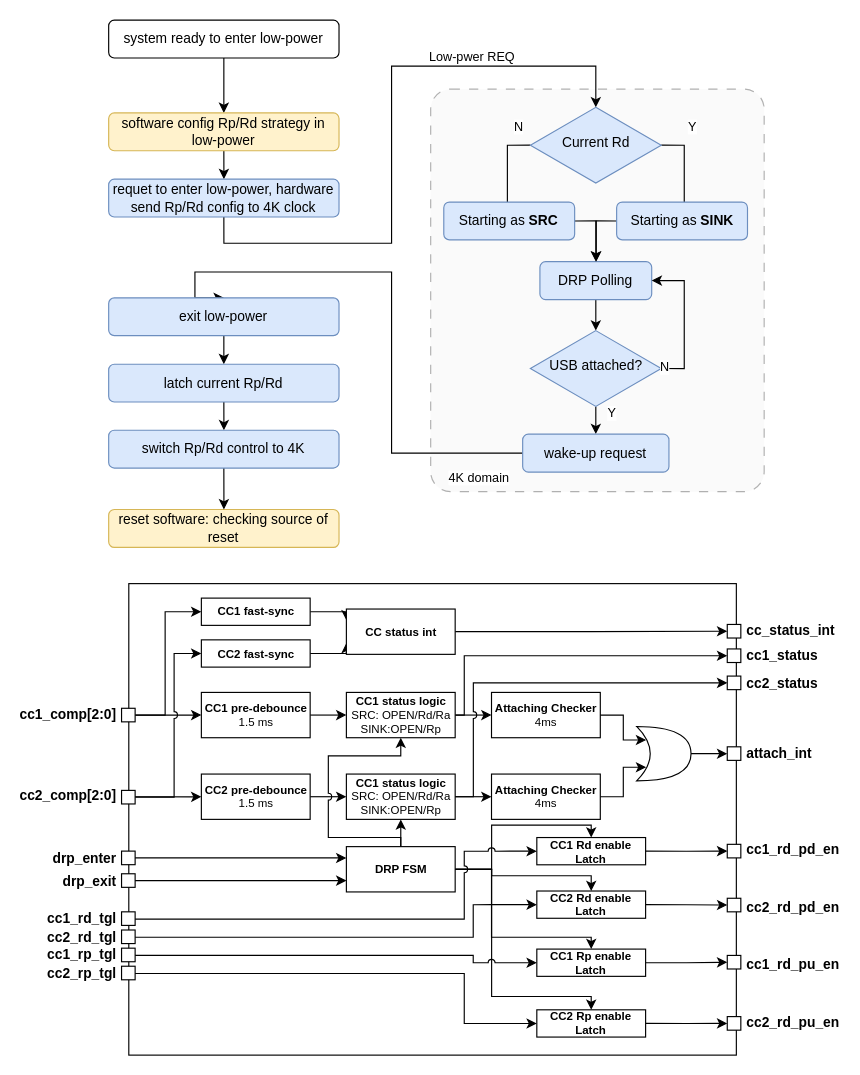
Before: pd_rp_rd_lp.drawio in Xhopo/test, a draw.io diagram. Source tidied: cells renumbered, new cells numbered last; positions are measured from the earlier drawing's top-left corner, leaving out a move shared by most shapes. Both pictures are drawn from the tidied source at 115%, with x=0, y=0 at pixel (28, 20).
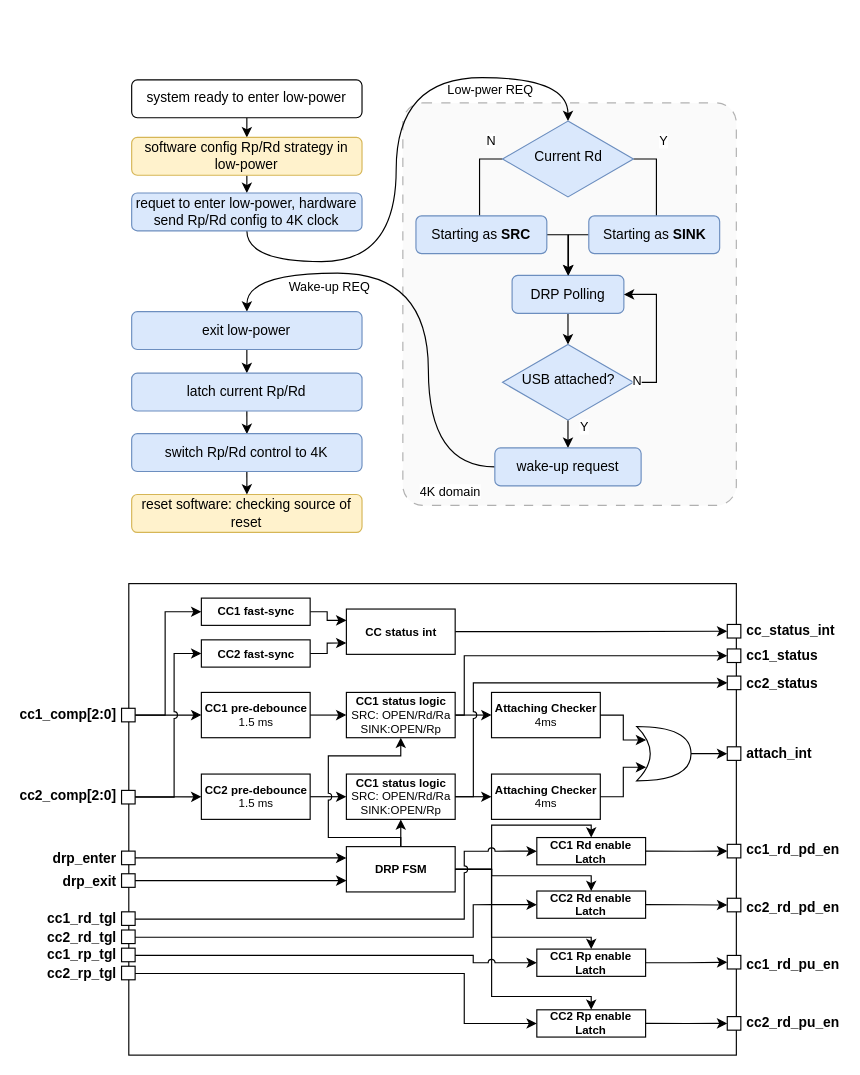
Above is the later version.

Unchanged cells that the change refers to:
```xml
<mxCell id="60" value="&lt;div&gt;&lt;b&gt;CC1&amp;nbsp;&lt;/b&gt;&lt;b style=&quot;background-color: transparent; color: light-dark(rgb(0, 0, 0), rgb(255, 255, 255));&quot;&gt;fast-sync&lt;/b&gt;&lt;/div&gt;" style="rounded=0;whiteSpace=wrap;html=1;fontSize=10;" parent="1" vertex="1">
  <mxGeometry x="150.6" y="502.6" width="94.6" height="23.7" as="geometry" />
</mxCell>
<mxCell id="62" value="&lt;div&gt;&lt;b&gt;CC2 fast-sync&lt;/b&gt;&lt;/div&gt;" style="rounded=0;whiteSpace=wrap;html=1;fontSize=10;" parent="1" vertex="1">
  <mxGeometry x="150.6" y="538.9" width="94.6" height="23.7" as="geometry" />
</mxCell>
<mxCell id="64" value="&lt;b&gt;CC status int&lt;/b&gt;" style="rounded=0;whiteSpace=wrap;html=1;fontSize=10;" parent="1" vertex="1">
  <mxGeometry x="276.7" y="512.1" width="94.6" height="39.4" as="geometry" />
</mxCell>
```

Diff of the diagram source:
```diff
@@
+    <mxCell id="105" value="&lt;span style=&quot;color: rgb(0, 0, 0); font-family: Helvetica; font-size: 11px; font-style: normal; font-variant-ligatures: normal; font-variant-caps: normal; font-weight: 400; letter-spacing: normal; orphans: 2; text-align: center; text-indent: 0px; text-transform: none; widows: 2; word-spacing: 0px; -webkit-text-stroke-width: 0px; white-space: nowrap; background-color: rgb(255, 255, 255); text-decoration-thickness: initial; text-decoration-style: initial; text-decoration-color: initial; display: inline !important; float: none;&quot;&gt;Low-pwer REQ&lt;/span&gt;" style="text;whiteSpace=wrap;html=1;" parent="1" vertex="1">
+      <mxGeometry x="363.3" y="47" width="125.2" height="24.6" as="geometry" />
+    </mxCell>
@@
     <mxCell id="59" style="edgeStyle=orthogonalEdgeStyle;rounded=0;jettySize=auto;html=1;exitX=1;exitY=0.5;exitDx=0;exitDy=0;entryX=0;entryY=0.25;entryDx=0;entryDy=0;fontSize=10;" parent="1" edge="1" source="60" target="64">
-      <mxGeometry relative="1" as="geometry" />
+      <mxGeometry relative="1" as="geometry">
+        <Array as="points">
+          <mxPoint x="260" y="514" />
+          <mxPoint x="260" y="522" />
+        </Array>
+      </mxGeometry>
     </mxCell>
@@
     <mxCell id="61" style="edgeStyle=orthogonalEdgeStyle;rounded=0;jettySize=auto;html=1;exitX=1;exitY=0.5;exitDx=0;exitDy=0;entryX=0;entryY=0.75;entryDx=0;entryDy=0;fontSize=10;" parent="1" edge="1" source="62" target="64">
-      <mxGeometry relative="1" as="geometry" />
+      <mxGeometry relative="1" as="geometry">
+        <Array as="points">
+          <mxPoint x="260" y="551" />
+          <mxPoint x="260" y="542" />
+        </Array>
+      </mxGeometry>
     </mxCell>
@@
     <mxCell id="83" style="rounded=1;whiteSpace=wrap;html=1;fontFamily=Helvetica;fontSize=11;labelBackgroundColor=default;arcSize=6;dashed=1;dashPattern=8 8;fillColor=#f5f5f5;strokeColor=#666666;fontColor=#333333;opacity=50;" parent="1" vertex="1">
-      <mxGeometry x="350" y="60" width="290" height="350" as="geometry" />
+      <mxGeometry x="325.8" y="72" width="290" height="350" as="geometry" />
     </mxCell>
-    <mxCell id="84" style="edgeStyle=orthogonalEdgeStyle;rounded=0;jettySize=auto;html=1;exitX=0.5;exitY=1;exitDx=0;exitDy=0;entryX=0.5;entryY=0;entryDx=0;entryDy=0;" parent="1" edge="1" source="111" target="98">
+    <mxCell id="84" style="edgeStyle=orthogonalEdgeStyle;rounded=0;jettySize=auto;html=1;exitX=0.5;exitY=1;exitDx=0;exitDy=0;entryX=0.5;entryY=0;entryDx=0;entryDy=0;curved=1;" parent="1" edge="1" source="111" target="98">
       <mxGeometry relative="1" as="geometry">
         <Array as="points">
-          <mxPoint x="170" y="194" />
-          <mxPoint x="316" y="194" />
-          <mxPoint x="316" y="40" />
-          <mxPoint x="494" y="40" />
+          <mxPoint x="190" y="210" />
+          <mxPoint x="320" y="210" />
+          <mxPoint x="320" y="50" />
+          <mxPoint x="469" y="50" />
         </Array>
       </mxGeometry>
     </mxCell>
@@
     <mxCell id="86" value="&lt;div&gt;DRP Polling&lt;/div&gt;" style="rounded=1;whiteSpace=wrap;html=1;fontSize=12;glass=0;strokeWidth=1;shadow=0;fillColor=#dae8fc;strokeColor=#6c8ebf;" parent="1" vertex="1">
-      <mxGeometry x="445" y="210" width="97.2" height="33" as="geometry" />
+      <mxGeometry x="420.8" y="222" width="97.2" height="33" as="geometry" />
     </mxCell>
@@
     <mxCell id="89" value="USB attached?" style="rhombus;whiteSpace=wrap;html=1;shadow=0;fontFamily=Helvetica;fontSize=12;align=center;strokeWidth=1;spacing=6;spacingTop=-4;fillColor=#dae8fc;strokeColor=#6c8ebf;" parent="1" vertex="1">
-      <mxGeometry x="436.7" y="270" width="113.8" height="65.9" as="geometry" />
+      <mxGeometry x="412.5" y="282" width="113.8" height="65.9" as="geometry" />
     </mxCell>
     <mxCell id="90" value="N" style="text;html=1;align=center;verticalAlign=middle;whiteSpace=wrap;rounded=0;fontFamily=Helvetica;fontSize=11;fontColor=default;labelBackgroundColor=default;" parent="1" vertex="1">
-      <mxGeometry x="536.8" y="290" width="34.1" height="24.7" as="geometry" />
+      <mxGeometry x="512.6" y="302" width="34.1" height="24.7" as="geometry" />
     </mxCell>
     <mxCell id="91" value="Y" style="text;html=1;align=center;verticalAlign=middle;whiteSpace=wrap;rounded=0;fontFamily=Helvetica;fontSize=11;fontColor=default;labelBackgroundColor=default;" parent="1" vertex="1">
-      <mxGeometry x="491.3" y="330" width="34.1" height="24.7" as="geometry" />
+      <mxGeometry x="467.1" y="342" width="34.1" height="24.7" as="geometry" />
     </mxCell>
-    <mxCell id="92" style="edgeStyle=orthogonalEdgeStyle;rounded=0;jettySize=auto;html=1;exitX=0;exitY=0.5;exitDx=0;exitDy=0;entryX=0.5;entryY=0;entryDx=0;entryDy=0;" parent="1" edge="1" source="93" target="113">
+    <mxCell id="92" style="edgeStyle=orthogonalEdgeStyle;rounded=0;jettySize=auto;html=1;exitX=0;exitY=0.5;exitDx=0;exitDy=0;entryX=0.5;entryY=0;entryDx=0;entryDy=0;curved=1;" parent="1" edge="1" source="93" target="113">
       <mxGeometry relative="1" as="geometry">
         <Array as="points">
-          <mxPoint x="316" y="377" />
-          <mxPoint x="316" y="219" />
-          <mxPoint x="145" y="219" />
-          <mxPoint x="145" y="242" />
+          <mxPoint x="348" y="389" />
+          <mxPoint x="348" y="220" />
+          <mxPoint x="190" y="220" />
         </Array>
       </mxGeometry>
     </mxCell>
     <mxCell id="93" value="wake-up request" style="rounded=1;whiteSpace=wrap;html=1;fontSize=12;glass=0;strokeWidth=1;shadow=0;fillColor=#dae8fc;strokeColor=#6c8ebf;" parent="1" vertex="1">
-      <mxGeometry x="430" y="360" width="127.2" height="33" as="geometry" />
+      <mxGeometry x="405.8" y="372" width="127.2" height="33" as="geometry" />
     </mxCell>
     <mxCell id="94" value="&lt;div&gt;reset software: checking source of reset&lt;/div&gt;" style="rounded=1;whiteSpace=wrap;html=1;fontSize=12;glass=0;strokeWidth=1;shadow=0;fillColor=#fff2cc;strokeColor=#d6b656;" parent="1" vertex="1">
-      <mxGeometry x="70" y="425.5" width="200.3" height="33" as="geometry" />
+      <mxGeometry x="90" y="412.5" width="200.3" height="33" as="geometry" />
     </mxCell>
     <mxCell id="95" value="4K domain" style="text;html=1;align=left;verticalAlign=middle;whiteSpace=wrap;rounded=0;fontFamily=Helvetica;fontSize=11;fontColor=default;labelBackgroundColor=default;" parent="1" vertex="1">
-      <mxGeometry x="363.7" y="390" width="91" height="16.5" as="geometry" />
+      <mxGeometry x="339.4" y="402" width="91" height="16.5" as="geometry" />
     </mxCell>
@@
     <mxCell id="98" value="Current Rd" style="rhombus;whiteSpace=wrap;html=1;shadow=0;fontFamily=Helvetica;fontSize=12;align=center;strokeWidth=1;spacing=6;spacingTop=-4;fillColor=#dae8fc;strokeColor=#6c8ebf;" parent="1" vertex="1">
-      <mxGeometry x="436.7" y="75.8" width="113.8" height="65.9" as="geometry" />
+      <mxGeometry x="412.5" y="87.8" width="113.8" height="65.9" as="geometry" />
     </mxCell>
     <mxCell id="99" style="edgeStyle=orthogonalEdgeStyle;rounded=0;jettySize=auto;html=1;exitX=1;exitY=0.5;exitDx=0;exitDy=0;entryX=0.5;entryY=0;entryDx=0;entryDy=0;" parent="1" edge="1" source="100" target="86">
       <mxGeometry relative="1" as="geometry">
         <Array as="points">
-          <mxPoint x="494" y="175" />
-          <mxPoint x="494" y="211" />
-          <mxPoint x="494" y="211" />
+          <mxPoint x="469.8" y="187" />
+          <mxPoint x="469.8" y="223" />
+          <mxPoint x="469.8" y="223" />
         </Array>
       </mxGeometry>
     </mxCell>
     <mxCell id="100" value="&lt;div&gt;Starting as&amp;nbsp;&lt;b&gt;SRC&lt;/b&gt;&lt;/div&gt;" style="rounded=1;whiteSpace=wrap;html=1;fontSize=12;glass=0;strokeWidth=1;shadow=0;fillColor=#dae8fc;strokeColor=#6c8ebf;" parent="1" vertex="1">
-      <mxGeometry x="361.4" y="158.2" width="113.8" height="32.9" as="geometry" />
+      <mxGeometry x="337.2" y="170.2" width="113.8" height="32.9" as="geometry" />
     </mxCell>
     <mxCell id="101" style="edgeStyle=orthogonalEdgeStyle;rounded=0;jettySize=auto;html=1;exitX=0;exitY=0.5;exitDx=0;exitDy=0;" parent="1" edge="1" source="102" target="86">
       <mxGeometry relative="1" as="geometry">
         <Array as="points">
-          <mxPoint x="494" y="175" />
+          <mxPoint x="469.8" y="187" />
         </Array>
       </mxGeometry>
     </mxCell>
     <mxCell id="102" value="&lt;div&gt;Starting as&amp;nbsp;&lt;b&gt;SINK&lt;/b&gt;&lt;/div&gt;" style="rounded=1;whiteSpace=wrap;html=1;fontSize=12;glass=0;strokeWidth=1;shadow=0;fillColor=#dae8fc;strokeColor=#6c8ebf;" parent="1" vertex="1">
-      <mxGeometry x="511.7" y="158.2" width="113.8" height="32.9" as="geometry" />
+      <mxGeometry x="487.5" y="170.2" width="113.8" height="32.9" as="geometry" />
     </mxCell>
     <mxCell id="103" value="Y" style="text;html=1;align=center;verticalAlign=middle;whiteSpace=wrap;rounded=0;fontFamily=Helvetica;fontSize=11;fontColor=default;labelBackgroundColor=default;" parent="1" vertex="1">
-      <mxGeometry x="560.5" y="80.5" width="34.1" height="24.7" as="geometry" />
+      <mxGeometry x="536.3" y="92.5" width="34.1" height="24.7" as="geometry" />
     </mxCell>
     <mxCell id="104" value="N" style="text;html=1;align=center;verticalAlign=middle;whiteSpace=wrap;rounded=0;fontFamily=Helvetica;fontSize=11;fontColor=default;labelBackgroundColor=default;" parent="1" vertex="1">
-      <mxGeometry x="410.3" y="80.5" width="34.1" height="24.7" as="geometry" />
+      <mxGeometry x="386.1" y="92.5" width="34.1" height="24.7" as="geometry" />
     </mxCell>
-    <mxCell id="105" value="&lt;span style=&quot;color: rgb(0, 0, 0); font-family: Helvetica; font-size: 11px; font-style: normal; font-variant-ligatures: normal; font-variant-caps: normal; font-weight: 400; letter-spacing: normal; orphans: 2; text-align: center; text-indent: 0px; text-transform: none; widows: 2; word-spacing: 0px; -webkit-text-stroke-width: 0px; white-space: nowrap; background-color: rgb(255, 255, 255); text-decoration-thickness: initial; text-decoration-style: initial; text-decoration-color: initial; display: inline !important; float: none;&quot;&gt;Low-pwer REQ&lt;/span&gt;" style="text;whiteSpace=wrap;html=1;" parent="1" vertex="1">
-      <mxGeometry x="346.6" y="18" width="125.2" height="24.6" as="geometry" />
-    </mxCell>
-    <mxCell id="106" style="group;" parent="1" vertex="1">
-      <mxGeometry x="70" width="200.3" height="389.6" as="geometry" />
-    </mxCell>
-    <mxCell id="107" style="edgeStyle=orthogonalEdgeStyle;rounded=0;jettySize=auto;html=1;exitX=0.5;exitY=1;exitDx=0;exitDy=0;entryX=0.5;entryY=0;entryDx=0;entryDy=0;" parent="106" edge="1" source="108" target="110">
+    <mxCell id="107" style="edgeStyle=orthogonalEdgeStyle;rounded=0;jettySize=auto;html=1;exitX=0.5;exitY=1;exitDx=0;exitDy=0;entryX=0.5;entryY=0;entryDx=0;entryDy=0;" parent="1" edge="1" source="108" target="110">
       <mxGeometry relative="1" as="geometry" />
     </mxCell>
-    <mxCell id="108" value="system ready to enter low-power" style="rounded=1;whiteSpace=wrap;html=1;fontSize=12;glass=0;strokeWidth=1;shadow=0;" parent="106" vertex="1">
-      <mxGeometry width="200.3" height="32.9" as="geometry" />
+    <mxCell id="108" value="system ready to enter low-power" style="rounded=1;whiteSpace=wrap;html=1;fontSize=12;glass=0;strokeWidth=1;shadow=0;" parent="1" vertex="1">
+      <mxGeometry x="90" y="52" width="200.3" height="32.9" as="geometry" />
     </mxCell>
-    <mxCell id="109" style="edgeStyle=orthogonalEdgeStyle;rounded=0;jettySize=auto;html=1;exitX=0.5;exitY=1;exitDx=0;exitDy=0;" parent="106" edge="1" source="110" target="111">
+    <mxCell id="109" style="edgeStyle=orthogonalEdgeStyle;rounded=0;jettySize=auto;html=1;exitX=0.5;exitY=1;exitDx=0;exitDy=0;entryX=0.5;entryY=0;entryDx=0;entryDy=0;" parent="1" edge="1" source="110" target="111">
       <mxGeometry relative="1" as="geometry" />
     </mxCell>
-    <mxCell id="110" value="&lt;div&gt;software config Rp/Rd strategy in low-power&lt;/div&gt;" style="rounded=1;whiteSpace=wrap;html=1;fontSize=12;glass=0;strokeWidth=1;shadow=0;fillColor=#fff2cc;strokeColor=#d6b656;" parent="106" vertex="1">
-      <mxGeometry y="80.7" width="200.3" height="32.9" as="geometry" />
+    <mxCell id="110" value="&lt;div&gt;software config Rp/Rd strategy in low-power&lt;/div&gt;" style="rounded=1;whiteSpace=wrap;html=1;fontSize=12;glass=0;strokeWidth=1;shadow=0;fillColor=#fff2cc;strokeColor=#d6b656;" parent="1" vertex="1">
+      <mxGeometry x="90" y="102" width="200.3" height="32.9" as="geometry" />
     </mxCell>
-    <mxCell id="111" value="&lt;div&gt;requet to enter low-power, hardware&lt;/div&gt;&lt;div&gt;send Rp/Rd config to 4K clock&lt;/div&gt;" style="rounded=1;whiteSpace=wrap;html=1;fontSize=12;glass=0;strokeWidth=1;shadow=0;fillColor=#dae8fc;strokeColor=#6c8ebf;" parent="106" vertex="1">
-      <mxGeometry y="138.3" width="200.3" height="32.9" as="geometry" />
+    <mxCell id="111" value="&lt;div&gt;requet to enter low-power, hardware&lt;/div&gt;&lt;div&gt;send Rp/Rd config to 4K clock&lt;/div&gt;" style="rounded=1;whiteSpace=wrap;html=1;fontSize=12;glass=0;strokeWidth=1;shadow=0;fillColor=#dae8fc;strokeColor=#6c8ebf;" parent="1" vertex="1">
+      <mxGeometry x="90" y="150.3" width="200.3" height="32.9" as="geometry" />
     </mxCell>
-    <mxCell id="112" style="edgeStyle=orthogonalEdgeStyle;rounded=0;jettySize=auto;html=1;exitX=0.5;exitY=1;exitDx=0;exitDy=0;entryX=0.5;entryY=0;entryDx=0;entryDy=0;" parent="106" edge="1" source="113" target="115">
+    <mxCell id="112" style="edgeStyle=orthogonalEdgeStyle;rounded=0;jettySize=auto;html=1;exitX=0.5;exitY=1;exitDx=0;exitDy=0;entryX=0.5;entryY=0;entryDx=0;entryDy=0;" parent="1" edge="1" source="113" target="115">
       <mxGeometry relative="1" as="geometry" />
     </mxCell>
-    <mxCell id="113" value="&lt;div&gt;exit low-power&lt;/div&gt;" style="rounded=1;whiteSpace=wrap;html=1;fontSize=12;glass=0;strokeWidth=1;shadow=0;fillColor=#dae8fc;strokeColor=#6c8ebf;" parent="106" vertex="1">
-      <mxGeometry y="241.5" width="200.3" height="32.9" as="geometry" />
+    <mxCell id="113" value="&lt;div&gt;exit low-power&lt;/div&gt;" style="rounded=1;whiteSpace=wrap;html=1;fontSize=12;glass=0;strokeWidth=1;shadow=0;fillColor=#dae8fc;strokeColor=#6c8ebf;" parent="1" vertex="1">
+      <mxGeometry x="90" y="253.5" width="200.3" height="32.9" as="geometry" />
     </mxCell>
-    <mxCell id="114" style="edgeStyle=orthogonalEdgeStyle;rounded=0;jettySize=auto;html=1;exitX=0.5;exitY=1;exitDx=0;exitDy=0;" parent="106" edge="1" source="115" target="117">
+    <mxCell id="114" style="edgeStyle=orthogonalEdgeStyle;rounded=0;jettySize=auto;html=1;exitX=0.5;exitY=1;exitDx=0;exitDy=0;" parent="1" edge="1" source="115" target="117">
       <mxGeometry relative="1" as="geometry" />
     </mxCell>
-    <mxCell id="115" value="latch current Rp/Rd" style="rounded=1;whiteSpace=wrap;html=1;fontSize=12;glass=0;strokeWidth=1;shadow=0;fillColor=#dae8fc;strokeColor=#6c8ebf;" parent="106" vertex="1">
-      <mxGeometry y="299.2" width="200.3" height="32.9" as="geometry" />
+    <mxCell id="115" value="latch current Rp/Rd" style="rounded=1;whiteSpace=wrap;html=1;fontSize=12;glass=0;strokeWidth=1;shadow=0;fillColor=#dae8fc;strokeColor=#6c8ebf;" parent="1" vertex="1">
+      <mxGeometry x="90" y="307" width="200.3" height="32.9" as="geometry" />
     </mxCell>
-    <mxCell id="116" style="edgeStyle=orthogonalEdgeStyle;rounded=0;jettySize=auto;html=1;exitX=0.5;exitY=1;exitDx=0;exitDy=0;" parent="106" edge="1" source="117" target="94">
+    <mxCell id="116" style="edgeStyle=orthogonalEdgeStyle;rounded=0;jettySize=auto;html=1;exitX=0.5;exitY=1;exitDx=0;exitDy=0;" parent="1" edge="1" source="117" target="94">
       <mxGeometry relative="1" as="geometry" />
     </mxCell>
-    <mxCell id="117" value="&lt;div&gt;switch Rp/Rd control to 4K&lt;/div&gt;" style="rounded=1;whiteSpace=wrap;html=1;fontSize=12;glass=0;strokeWidth=1;shadow=0;fillColor=#dae8fc;strokeColor=#6c8ebf;" parent="106" vertex="1">
-      <mxGeometry y="356.6" width="200.3" height="32.9" as="geometry" />
+    <mxCell id="117" value="&lt;div&gt;switch Rp/Rd control to 4K&lt;/div&gt;" style="rounded=1;whiteSpace=wrap;html=1;fontSize=12;glass=0;strokeWidth=1;shadow=0;fillColor=#dae8fc;strokeColor=#6c8ebf;" parent="1" vertex="1">
+      <mxGeometry x="90" y="359.6" width="200.3" height="32.9" as="geometry" />
     </mxCell>
+    <mxCell id="118" value="&lt;span style=&quot;color: rgb(0, 0, 0); font-family: Helvetica; font-size: 11px; font-style: normal; font-variant-ligatures: normal; font-variant-caps: normal; font-weight: 400; letter-spacing: normal; orphans: 2; text-align: center; text-indent: 0px; text-transform: none; widows: 2; word-spacing: 0px; -webkit-text-stroke-width: 0px; white-space: nowrap; background-color: rgb(255, 255, 255); text-decoration-thickness: initial; text-decoration-style: initial; text-decoration-color: initial; float: none; display: inline !important;&quot;&gt;Wake-up REQ&lt;/span&gt;" style="text;whiteSpace=wrap;html=1;" parent="1" vertex="1">
+      <mxGeometry x="225" y="218" width="125.2" height="24.6" as="geometry" />
+    </mxCell>
```
